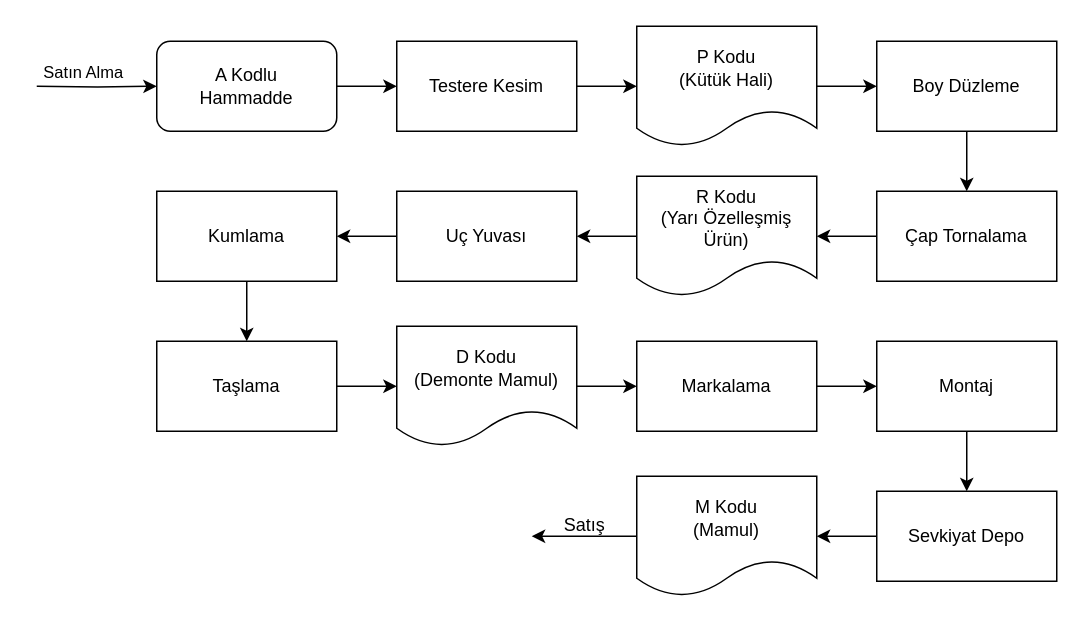
Above: xmls/Başlıksız Diyagram.drawio in ahmetnihat/diagrams (draw.io), before the change. Source tidied: cells renumbered, new cells numbered last; positions are measured from the earlier drawing's top-left corner, leaving out a move shared by most shapes. Both pictures are drawn from the tidied source at 150%, with x=0, y=0 at pixel (36, 26).
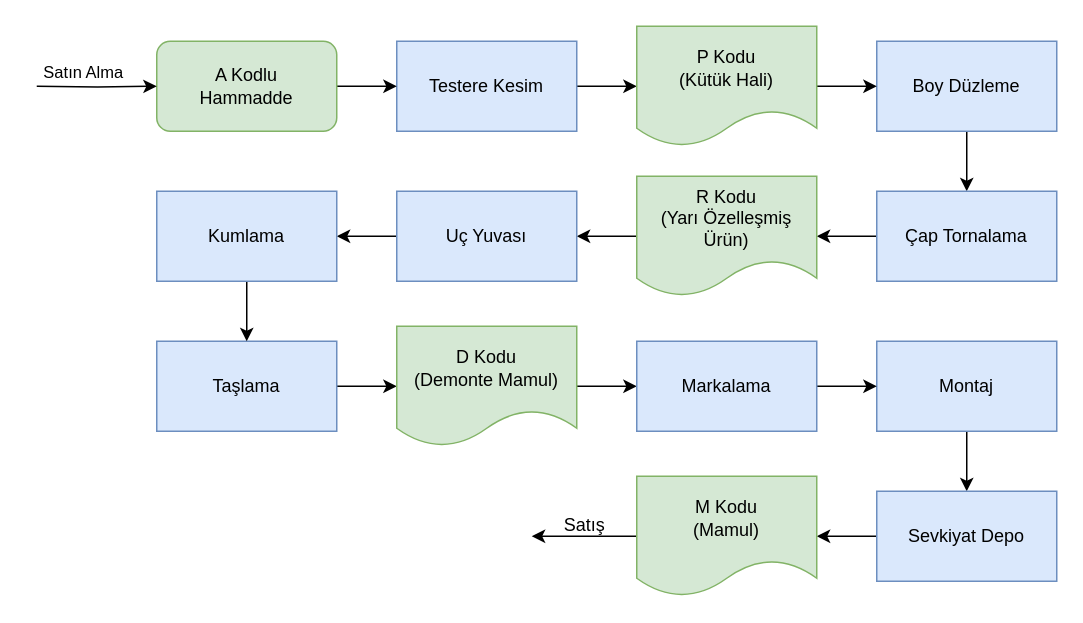
After the change.

What changed in the source:
```diff
@@
-    <mxCell id="3" value="Testere Kesim" style="rounded=0;whiteSpace=wrap;html=1;" parent="1" vertex="1">
+    <mxCell id="3" value="Testere Kesim" style="rounded=0;whiteSpace=wrap;html=1;fillColor=#dae8fc;strokeColor=#6c8ebf;" parent="1" vertex="1">
       <mxGeometry x="240" y="10" width="120" height="60" as="geometry" />
     </mxCell>
@@
-    <mxCell id="5" value="Boy Düzleme" style="rounded=0;whiteSpace=wrap;html=1;" parent="1" vertex="1">
+    <mxCell id="5" value="Boy Düzleme" style="rounded=0;whiteSpace=wrap;html=1;fillColor=#dae8fc;strokeColor=#6c8ebf;" parent="1" vertex="1">
       <mxGeometry x="560" y="10" width="120" height="60" as="geometry" />
     </mxCell>
@@
-    <mxCell id="7" value="A Kodlu&lt;div&gt;Hammadde&lt;/div&gt;" style="rounded=1;whiteSpace=wrap;html=1;" parent="1" vertex="1">
+    <mxCell id="7" value="A Kodlu&lt;div&gt;Hammadde&lt;/div&gt;" style="rounded=1;whiteSpace=wrap;html=1;fillColor=#d5e8d4;strokeColor=#82b366;" parent="1" vertex="1">
       <mxGeometry x="80" y="10" width="120" height="60" as="geometry" />
     </mxCell>
@@
-    <mxCell id="9" value="P Kodu&lt;div&gt;(Kütük Hali)&lt;/div&gt;" style="shape=document;whiteSpace=wrap;html=1;boundedLbl=1;" parent="1" vertex="1">
+    <mxCell id="9" value="P Kodu&lt;div&gt;(Kütük Hali)&lt;/div&gt;" style="shape=document;whiteSpace=wrap;html=1;boundedLbl=1;fillColor=#d5e8d4;strokeColor=#82b366;" parent="1" vertex="1">
       <mxGeometry x="400" width="120" height="80" as="geometry" />
     </mxCell>
@@
-    <mxCell id="11" value="Çap Tornalama" style="rounded=0;whiteSpace=wrap;html=1;" parent="1" vertex="1">
+    <mxCell id="11" value="Çap Tornalama" style="rounded=0;whiteSpace=wrap;html=1;fillColor=#dae8fc;strokeColor=#6c8ebf;" parent="1" vertex="1">
       <mxGeometry x="560" y="110" width="120" height="60" as="geometry" />
     </mxCell>
@@
-    <mxCell id="13" value="R Kodu&lt;div&gt;(Yarı Özelleşmiş Ürün)&lt;/div&gt;" style="shape=document;whiteSpace=wrap;html=1;boundedLbl=1;" parent="1" vertex="1">
+    <mxCell id="13" value="R Kodu&lt;div&gt;(Yarı Özelleşmiş Ürün)&lt;/div&gt;" style="shape=document;whiteSpace=wrap;html=1;boundedLbl=1;fillColor=#d5e8d4;strokeColor=#82b366;" parent="1" vertex="1">
       <mxGeometry x="400" y="100" width="120" height="80" as="geometry" />
     </mxCell>
@@
-    <mxCell id="15" value="Uç Yuvası" style="rounded=0;whiteSpace=wrap;html=1;" parent="1" vertex="1">
+    <mxCell id="15" value="Uç Yuvası" style="rounded=0;whiteSpace=wrap;html=1;fillColor=#dae8fc;strokeColor=#6c8ebf;" parent="1" vertex="1">
       <mxGeometry x="240" y="110" width="120" height="60" as="geometry" />
     </mxCell>
@@
-    <mxCell id="17" value="Taşlama" style="rounded=0;whiteSpace=wrap;html=1;" parent="1" vertex="1">
+    <mxCell id="17" value="Taşlama" style="rounded=0;whiteSpace=wrap;html=1;fillColor=#dae8fc;strokeColor=#6c8ebf;" parent="1" vertex="1">
       <mxGeometry x="80" y="210" width="120" height="60" as="geometry" />
     </mxCell>
@@
-    <mxCell id="19" value="Kumlama" style="rounded=0;whiteSpace=wrap;html=1;" parent="1" vertex="1">
+    <mxCell id="19" value="Kumlama" style="rounded=0;whiteSpace=wrap;html=1;fillColor=#dae8fc;strokeColor=#6c8ebf;" parent="1" vertex="1">
       <mxGeometry x="80" y="110" width="120" height="60" as="geometry" />
     </mxCell>
@@
-    <mxCell id="21" value="D Kodu&lt;div&gt;(Demonte Mamul)&lt;/div&gt;" style="shape=document;whiteSpace=wrap;html=1;boundedLbl=1;" parent="1" vertex="1">
+    <mxCell id="21" value="D Kodu&lt;div&gt;(Demonte Mamul)&lt;/div&gt;" style="shape=document;whiteSpace=wrap;html=1;boundedLbl=1;fillColor=#d5e8d4;strokeColor=#82b366;" parent="1" vertex="1">
       <mxGeometry x="240" y="200" width="120" height="80" as="geometry" />
     </mxCell>
@@
-    <mxCell id="23" value="Montaj" style="rounded=0;whiteSpace=wrap;html=1;" parent="1" vertex="1">
+    <mxCell id="23" value="Montaj" style="rounded=0;whiteSpace=wrap;html=1;fillColor=#dae8fc;strokeColor=#6c8ebf;" parent="1" vertex="1">
       <mxGeometry x="560" y="210" width="120" height="60" as="geometry" />
     </mxCell>
@@
-    <mxCell id="25" value="Markalama" style="rounded=0;whiteSpace=wrap;html=1;" parent="1" vertex="1">
+    <mxCell id="25" value="Markalama" style="rounded=0;whiteSpace=wrap;html=1;fillColor=#dae8fc;strokeColor=#6c8ebf;" parent="1" vertex="1">
       <mxGeometry x="400" y="210" width="120" height="60" as="geometry" />
     </mxCell>
@@
-    <mxCell id="27" value="Sevkiyat Depo" style="rounded=0;whiteSpace=wrap;html=1;" parent="1" vertex="1">
+    <mxCell id="27" value="Sevkiyat Depo" style="rounded=0;whiteSpace=wrap;html=1;fillColor=#dae8fc;strokeColor=#6c8ebf;" parent="1" vertex="1">
       <mxGeometry x="560" y="310" width="120" height="60" as="geometry" />
     </mxCell>
@@
-    <mxCell id="29" value="M Kodu&lt;div&gt;(Mamul)&lt;/div&gt;" style="shape=document;whiteSpace=wrap;html=1;boundedLbl=1;" parent="1" vertex="1">
+    <mxCell id="29" value="M Kodu&lt;div&gt;(Mamul)&lt;/div&gt;" style="shape=document;whiteSpace=wrap;html=1;boundedLbl=1;fillColor=#d5e8d4;strokeColor=#82b366;" parent="1" vertex="1">
       <mxGeometry x="400" y="300" width="120" height="80" as="geometry" />
     </mxCell>
```
